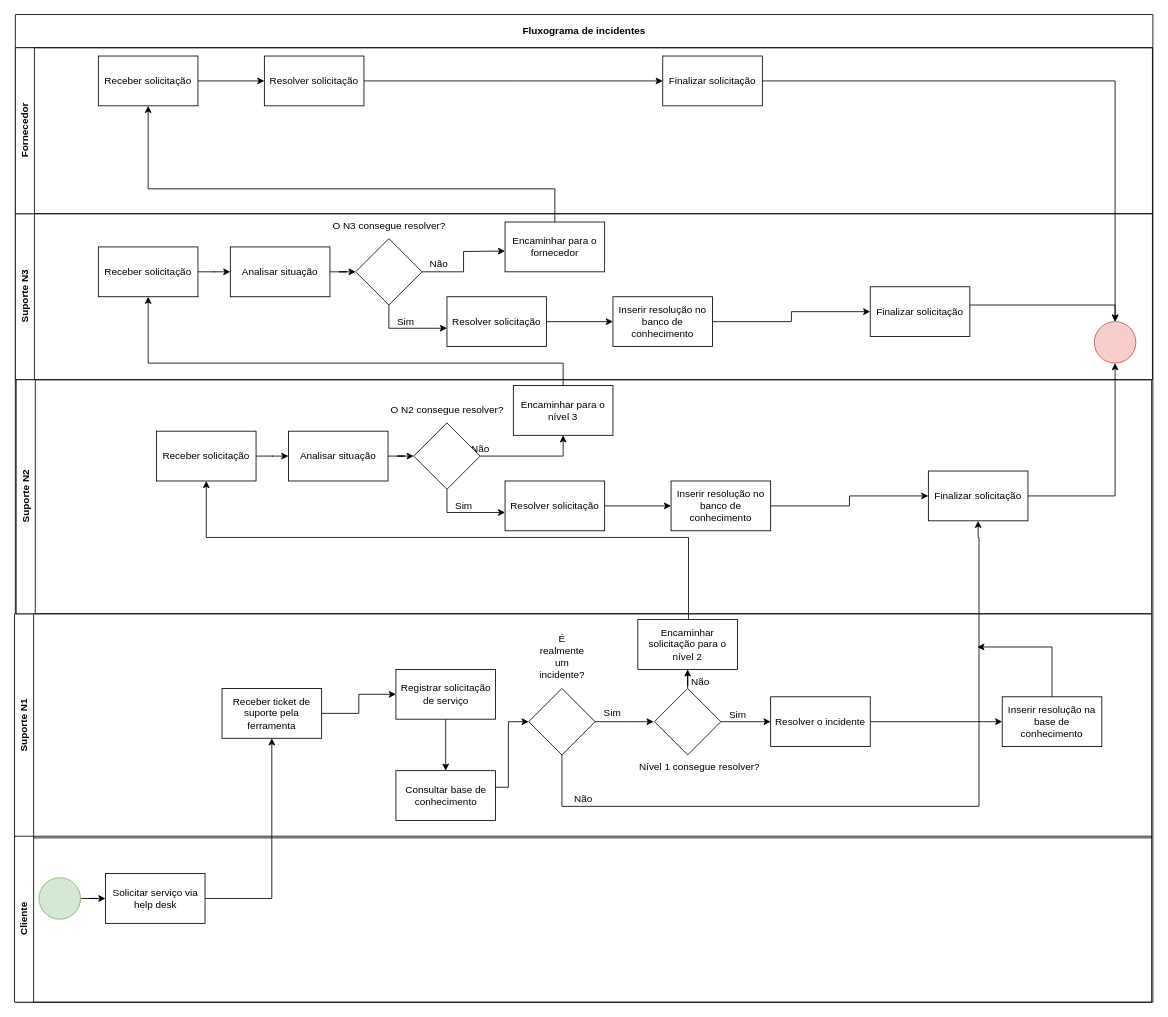
Above: Documentação/Fluxogramas/fluxogramaIncidente.drawio in StrawTech/Sprint3 (draw.io), before the change. Source tidied: cells renumbered, new cells numbered last; positions are measured from the earlier drawing's top-left corner, leaving out a move shared by most shapes. Both pictures are drawn from the tidied source at 83%, with x=0, y=0 at pixel (14, 14).
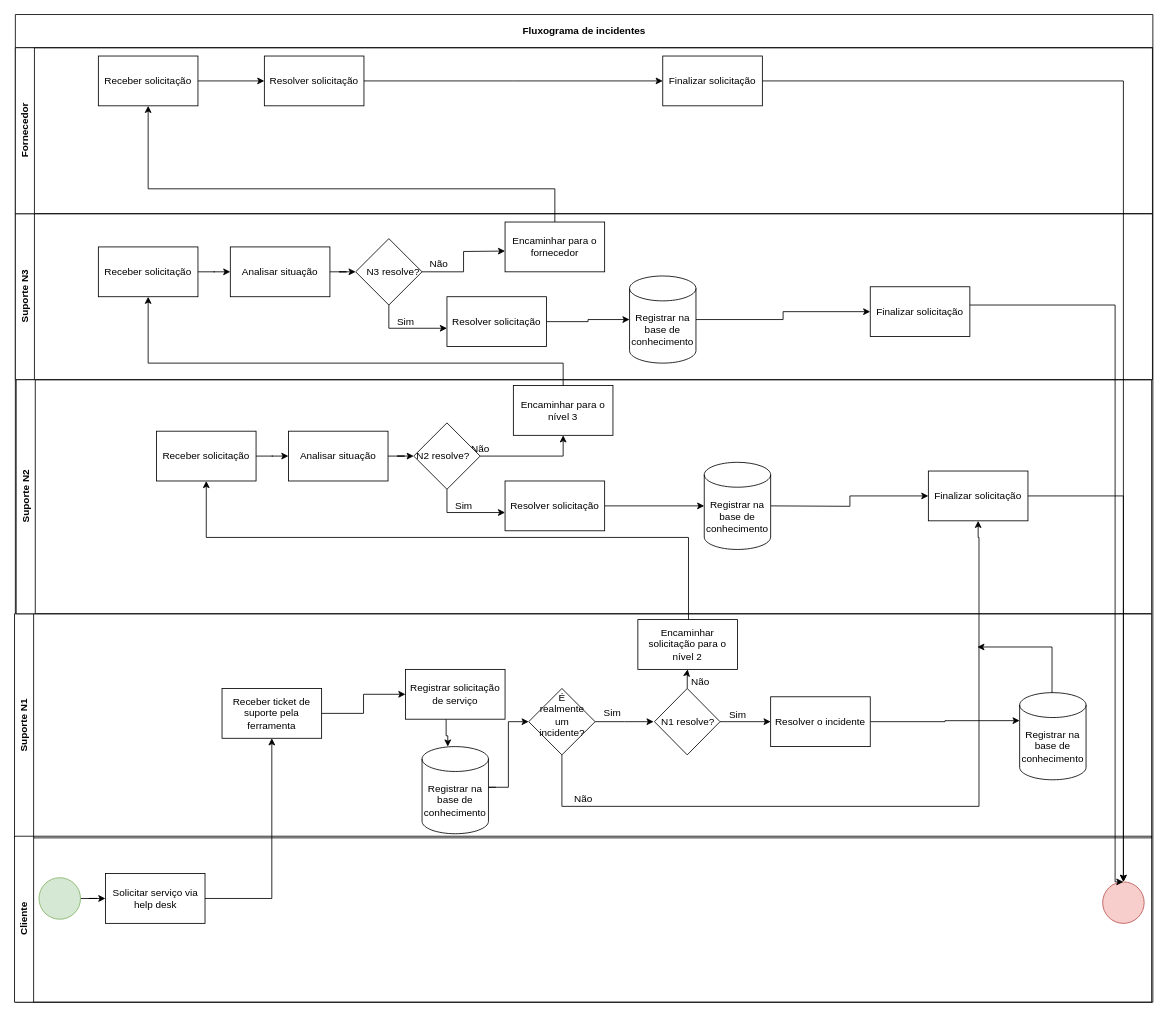
Above is the later version.

Commit message (it also covers changes not shown here):
Arrumando os fluxogramas de incidente e problema

The change refers to these unchanged cells:
```xml
<mxCell id="3" value="Fluxograma de incidentes" style="swimlane;whiteSpace=wrap;html=1;startSize=40;" parent="1" vertex="1">
  <mxGeometry x="1" width="1370.5" height="1190" as="geometry" />
</mxCell>
<mxCell id="4" value="Suporte N3" style="swimlane;horizontal=0;whiteSpace=wrap;html=1;" parent="3" vertex="1">
  <mxGeometry y="240" width="1370" height="200" as="geometry" />
</mxCell>
<mxCell id="5" value="Finalizar solicitação" style="rounded=0;whiteSpace=wrap;html=1;" parent="4" vertex="1">
  <mxGeometry x="1030" y="88" width="120" height="60" as="geometry" />
</mxCell>
<mxCell id="13" value="Resolver solicitação" style="whiteSpace=wrap;html=1;rounded=0;" parent="4" vertex="1">
  <mxGeometry x="520" y="100" width="120" height="60" as="geometry" />
</mxCell>
<mxCell id="28" value="&lt;div style=&quot;text-align: justify;&quot;&gt;Suporte N1&lt;/div&gt;" style="swimlane;horizontal=0;whiteSpace=wrap;html=1;" parent="3" vertex="1">
  <mxGeometry x="-1" y="722" width="1370" height="270" as="geometry" />
</mxCell>
<mxCell id="46" value="Resolver o incidente" style="whiteSpace=wrap;html=1;" parent="28" vertex="1">
  <mxGeometry x="911" y="100" width="120" height="60" as="geometry" />
</mxCell>
<mxCell id="51" value="Suporte N2" style="swimlane;horizontal=0;whiteSpace=wrap;html=1;" parent="28" vertex="1">
  <mxGeometry x="2" y="-282" width="1368" height="282" as="geometry" />
</mxCell>
<mxCell id="52" value="Finalizar solicitação" style="rounded=0;whiteSpace=wrap;html=1;" parent="51" vertex="1">
  <mxGeometry x="1099" y="110" width="120" height="60" as="geometry" />
</mxCell>
<mxCell id="62" value="Resolver solicitação" style="whiteSpace=wrap;html=1;rounded=0;" parent="51" vertex="1">
  <mxGeometry x="589" y="122" width="120" height="60" as="geometry" />
</mxCell>
<mxCell id="69" value="Cliente" style="swimlane;horizontal=0;whiteSpace=wrap;html=1;" parent="3" vertex="1">
  <mxGeometry x="-1" y="990" width="1370" height="200" as="geometry" />
</mxCell>
```

The edit, as a diff of the source:
```diff
@@
-    <mxCell id="12" value="O N3 consegue resolver?" style="text;html=1;align=center;verticalAlign=middle;strokeColor=none;fillColor=none;" parent="4" vertex="1">
-      <mxGeometry x="370" width="160" height="30" as="geometry" />
+    <mxCell id="12" value="N3 resolve?" style="text;html=1;align=center;verticalAlign=middle;strokeColor=none;fillColor=none;" parent="4" vertex="1">
+      <mxGeometry x="410" y="55" width="90" height="30" as="geometry" />
     </mxCell>
@@
-    <mxCell id="16" style="edgeStyle=orthogonalEdgeStyle;rounded=0;jettySize=auto;html=1;exitX=1;exitY=0.5;exitDx=0;exitDy=0;entryX=0;entryY=0.5;entryDx=0;entryDy=0;" parent="4" edge="1" source="17" target="5">
+    <mxCell id="16" style="edgeStyle=orthogonalEdgeStyle;rounded=0;jettySize=auto;html=1;exitX=1;exitY=0.5;exitDx=0;exitDy=0;entryX=0;entryY=0.5;entryDx=0;entryDy=0;exitPerimeter=0;" parent="4" edge="1" source="79" target="5">
       <mxGeometry relative="1" as="geometry" />
     </mxCell>
-    <mxCell id="17" value="Inserir resolução no banco de conhecimento" style="whiteSpace=wrap;html=1;rounded=0;" parent="4" vertex="1">
-      <mxGeometry x="720" y="100" width="120" height="60" as="geometry" />
-    </mxCell>
-    <mxCell id="18" style="edgeStyle=orthogonalEdgeStyle;rounded=0;jettySize=auto;html=1;" parent="4" edge="1" source="13" target="17">
+    <mxCell id="18" style="edgeStyle=orthogonalEdgeStyle;rounded=0;jettySize=auto;html=1;entryX=0;entryY=0.5;entryDx=0;entryDy=0;entryPerimeter=0;" parent="4" edge="1" source="13" target="79">
       <mxGeometry relative="1" as="geometry" />
     </mxCell>
@@
-    <mxCell id="21" style="ellipse;whiteSpace=wrap;html=1;fillColor=#f8cecc;strokeColor=#b85450;" parent="4" vertex="1">
-      <mxGeometry x="1300" y="130" width="50" height="50" as="geometry" />
-    </mxCell>
-    <mxCell id="22" style="edgeStyle=orthogonalEdgeStyle;rounded=0;jettySize=auto;html=1;entryX=0.5;entryY=0;entryDx=0;entryDy=0;" parent="4" edge="1" source="5" target="21">
-      <mxGeometry relative="1" as="geometry">
-        <Array as="points">
-          <mxPoint x="1325" y="110" />
-        </Array>
-      </mxGeometry>
-    </mxCell>
+    <mxCell id="79" value="Registrar na base de conhecimento" style="shape=cylinder3;whiteSpace=wrap;html=1;boundedLbl=1;backgroundOutline=1;size=15;" parent="4" vertex="1">
+      <mxGeometry x="740" y="75" width="80" height="105" as="geometry" />
+    </mxCell>
@@
-    <mxCell id="31" style="edgeStyle=orthogonalEdgeStyle;rounded=0;jettySize=auto;html=1;" parent="28" edge="1" source="32" target="34">
-      <mxGeometry relative="1" as="geometry" />
+    <mxCell id="31" style="edgeStyle=orthogonalEdgeStyle;rounded=0;jettySize=auto;html=1;" parent="28" edge="1" source="32" target="82">
+      <mxGeometry relative="1" as="geometry">
+        <Array as="points">
+          <mxPoint x="520" y="147" />
+          <mxPoint x="522" y="147" />
+        </Array>
+      </mxGeometry>
     </mxCell>
     <mxCell id="32" value="Registrar solicitação de serviço" style="whiteSpace=wrap;html=1;rounded=0;" parent="28" vertex="1">
-      <mxGeometry x="459.5" y="67" width="120" height="60" as="geometry" />
+      <mxGeometry x="471" y="67" width="120" height="60" as="geometry" />
     </mxCell>
@@
-    <mxCell id="34" value="Consultar base de conhecimento" style="whiteSpace=wrap;html=1;rounded=0;" parent="28" vertex="1">
-      <mxGeometry x="459.5" y="189" width="120" height="60" as="geometry" />
-    </mxCell>
@@
     <mxCell id="37" value="É realmente um incidente?" style="text;html=1;strokeColor=none;fillColor=none;align=center;verticalAlign=middle;whiteSpace=wrap;rounded=0;" parent="28" vertex="1">
-      <mxGeometry x="629.5" y="37" width="60" height="30" as="geometry" />
+      <mxGeometry x="629.5" y="107" width="60" height="30" as="geometry" />
     </mxCell>
@@
     <mxCell id="40" style="rhombus;whiteSpace=wrap;html=1;" parent="28" vertex="1">
-      <mxGeometry x="771" y="90" width="80" height="80" as="geometry" />
+      <mxGeometry x="771" y="90" width="79" height="80" as="geometry" />
     </mxCell>
@@
-    <mxCell id="43" value="Nível 1 consegue resolver?" style="text;html=1;align=center;verticalAlign=middle;strokeColor=none;fillColor=none;" parent="28" vertex="1">
-      <mxGeometry x="739.5" y="170" width="170" height="30" as="geometry" />
+    <mxCell id="43" value="N1 resolve?" style="text;html=1;align=center;verticalAlign=middle;strokeColor=none;fillColor=none;" parent="28" vertex="1">
+      <mxGeometry x="766" y="115" width="90" height="30" as="geometry" />
     </mxCell>
@@
-    <mxCell id="45" style="edgeStyle=orthogonalEdgeStyle;rounded=0;jettySize=auto;html=1;" parent="28" edge="1" source="46" target="48">
+    <mxCell id="45" style="edgeStyle=orthogonalEdgeStyle;rounded=0;jettySize=auto;html=1;entryX=0;entryY=0;entryDx=0;entryDy=33.75;entryPerimeter=0;" parent="28" edge="1" source="46" target="81">
       <mxGeometry relative="1" as="geometry" />
     </mxCell>
@@
-    <mxCell id="47" style="edgeStyle=orthogonalEdgeStyle;rounded=0;jettySize=auto;html=1;" parent="28" edge="1" source="48">
+    <mxCell id="47" style="edgeStyle=orthogonalEdgeStyle;rounded=0;orthogonalLoop=1;jettySize=auto;html=1;" parent="28" edge="1">
       <mxGeometry relative="1" as="geometry">
+        <mxPoint x="1250" y="100" as="sourcePoint" />
         <mxPoint x="1160" y="40" as="targetPoint" />
         <Array as="points">
           <mxPoint x="1250" y="40" />
         </Array>
       </mxGeometry>
     </mxCell>
-    <mxCell id="48" value="Inserir resolução na base de conhecimento" style="whiteSpace=wrap;html=1;" parent="28" vertex="1">
-      <mxGeometry x="1190" y="100" width="120" height="60" as="geometry" />
-    </mxCell>
@@
-    <mxCell id="60" value="O N2 consegue resolver?" style="text;html=1;align=center;verticalAlign=middle;strokeColor=none;fillColor=none;" parent="51" vertex="1">
-      <mxGeometry x="439" y="22" width="160" height="30" as="geometry" />
+    <mxCell id="60" value="N2 resolve?" style="text;html=1;align=center;verticalAlign=middle;strokeColor=none;fillColor=none;" parent="51" vertex="1">
+      <mxGeometry x="469" y="77" width="90" height="30" as="geometry" />
     </mxCell>
-    <mxCell id="61" style="edgeStyle=orthogonalEdgeStyle;rounded=0;jettySize=auto;html=1;" parent="51" edge="1" source="62" target="66">
+    <mxCell id="61" style="edgeStyle=orthogonalEdgeStyle;rounded=0;jettySize=auto;html=1;entryX=0;entryY=0.5;entryDx=0;entryDy=0;entryPerimeter=0;" parent="51" edge="1" source="62" target="80">
       <mxGeometry relative="1" as="geometry" />
     </mxCell>
@@
-    <mxCell id="65" style="edgeStyle=orthogonalEdgeStyle;rounded=0;jettySize=auto;html=1;exitX=1;exitY=0.5;exitDx=0;exitDy=0;entryX=0;entryY=0.5;entryDx=0;entryDy=0;" parent="51" edge="1" source="66" target="52">
-      <mxGeometry relative="1" as="geometry" />
+    <mxCell id="65" style="edgeStyle=orthogonalEdgeStyle;rounded=0;jettySize=auto;html=1;exitX=1;exitY=0.5;exitDx=0;exitDy=0;entryX=0;entryY=0.5;entryDx=0;entryDy=0;" parent="51" edge="1" target="52">
+      <mxGeometry relative="1" as="geometry">
+        <mxPoint x="909" y="152" as="sourcePoint" />
+      </mxGeometry>
     </mxCell>
-    <mxCell id="66" value="Inserir resolução no banco de conhecimento" style="whiteSpace=wrap;html=1;rounded=0;" parent="51" vertex="1">
-      <mxGeometry x="789" y="122" width="120" height="60" as="geometry" />
-    </mxCell>
+    <mxCell id="80" value="Registrar na base de conhecimento" style="shape=cylinder3;whiteSpace=wrap;html=1;boundedLbl=1;backgroundOutline=1;size=15;" parent="51" vertex="1">
+      <mxGeometry x="829" y="99.5" width="80" height="105" as="geometry" />
+    </mxCell>
@@
+    <mxCell id="81" value="Registrar na base de conhecimento" style="shape=cylinder3;whiteSpace=wrap;html=1;boundedLbl=1;backgroundOutline=1;size=15;" parent="28" vertex="1">
+      <mxGeometry x="1211" y="95" width="80" height="105" as="geometry" />
+    </mxCell>
+    <mxCell id="82" value="Registrar na base de conhecimento" style="shape=cylinder3;whiteSpace=wrap;html=1;boundedLbl=1;backgroundOutline=1;size=15;" parent="28" vertex="1">
+      <mxGeometry x="491" y="160" width="80" height="105" as="geometry" />
+    </mxCell>
@@
+    <mxCell id="21" style="ellipse;whiteSpace=wrap;html=1;fillColor=#f8cecc;strokeColor=#b85450;" parent="69" vertex="1">
+      <mxGeometry x="1311" y="55" width="50" height="50" as="geometry" />
+    </mxCell>
@@
+    <mxCell id="22" style="edgeStyle=orthogonalEdgeStyle;rounded=0;jettySize=auto;html=1;entryX=0.5;entryY=0;entryDx=0;entryDy=0;" parent="3" edge="1" source="5" target="21">
+      <mxGeometry relative="1" as="geometry">
+        <Array as="points">
+          <mxPoint x="1325" y="350" />
+        </Array>
+      </mxGeometry>
+    </mxCell>
```
